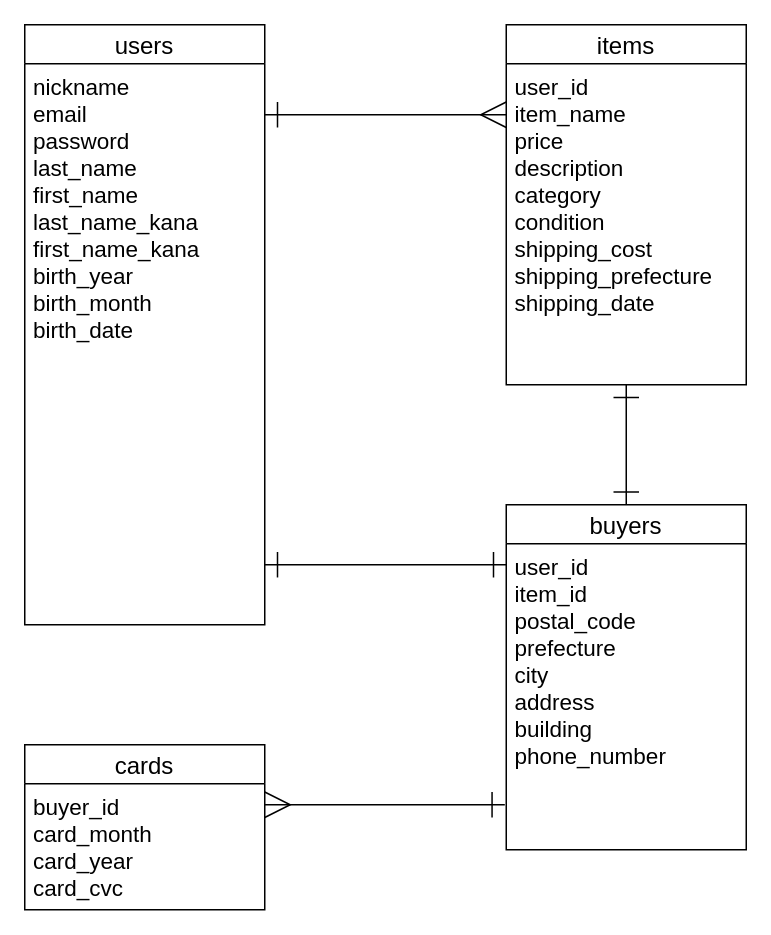
Before: app/furima.dio in Kaz051/furima-35591, a draw.io diagram. Source tidied: cells renumbered, new cells numbered last; positions are measured from the earlier drawing's top-left corner, leaving out a move shared by most shapes. Both pictures are drawn from the tidied source at 150%, with x=0, y=0 at pixel (24, 24).
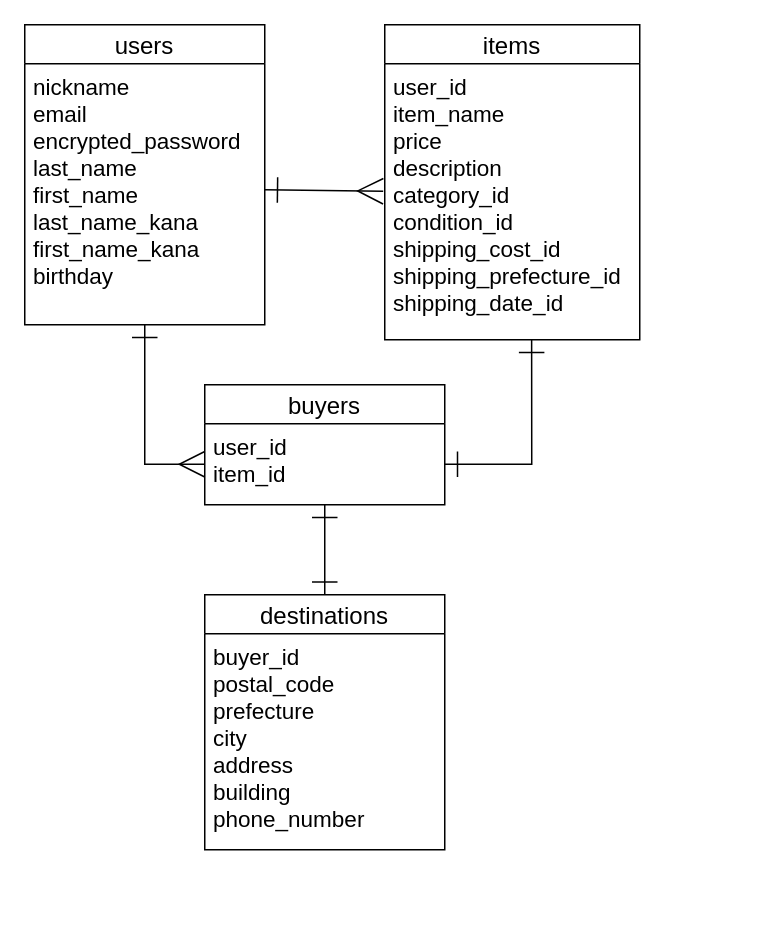
The same diagram, later.

Commit message:
ER図作成修正

Diff of the diagram source:
```diff
@@
 <mxGraphModel>
   <root>
     <mxCell id="0" />
     <mxCell id="1" parent="0" />
     <mxCell id="2" value="users" style="swimlane;fontStyle=0;horizontal=1;startSize=26;align=center;fontSize=16;" parent="1" vertex="1">
-      <mxGeometry width="160" height="400" as="geometry" />
+      <mxGeometry width="160" height="200" as="geometry" />
     </mxCell>
-    <mxCell id="3" value="nickname&#10;email&#10;password&#10;last_name&#10;first_name&#10;last_name_kana&#10;first_name_kana&#10;birth_year&#10;birth_month&#10;birth_date&#10;" style="text;strokeColor=none;fillColor=none;spacingLeft=4;spacingRight=4;overflow=hidden;points=[[0,0.5],[1,0.5]];portConstraint=eastwest;fontSize=15;" parent="2" vertex="1">
-      <mxGeometry y="26" width="160" height="374" as="geometry" />
+    <mxCell id="3" value="nickname&#10;email&#10;encrypted_password&#10;last_name&#10;first_name&#10;last_name_kana&#10;first_name_kana&#10;birthday" style="text;strokeColor=none;fillColor=none;spacingLeft=4;spacingRight=4;overflow=hidden;points=[[0,0.5],[1,0.5]];portConstraint=eastwest;fontSize=15;" parent="2" vertex="1">
+      <mxGeometry y="26" width="160" height="174" as="geometry" />
     </mxCell>
     <mxCell id="4" value="items" style="swimlane;fontStyle=0;horizontal=1;startSize=26;align=center;fontSize=16;" parent="1" vertex="1">
-      <mxGeometry x="321" width="160" height="240" as="geometry" />
+      <mxGeometry x="240" width="170" height="210" as="geometry" />
     </mxCell>
-    <mxCell id="5" value="user_id&#10;item_name&#10;price&#10;description&#10;category&#10;condition&#10;shipping_cost&#10;shipping_prefecture&#10;shipping_date" style="text;strokeColor=none;fillColor=none;spacingLeft=4;spacingRight=4;overflow=hidden;points=[[0,0.5],[1,0.5]];portConstraint=eastwest;fontSize=15;" parent="4" vertex="1">
-      <mxGeometry y="26" width="160" height="214" as="geometry" />
+    <mxCell id="5" value="user_id&#10;item_name&#10;price&#10;description&#10;category_id&#10;condition_id&#10;shipping_cost_id&#10;shipping_prefecture_id&#10;shipping_date_id" style="text;strokeColor=none;fillColor=none;spacingLeft=4;spacingRight=4;overflow=hidden;points=[[0,0.5],[1,0.5]];portConstraint=eastwest;fontSize=15;" parent="4" vertex="1">
+      <mxGeometry y="26" width="170" height="184" as="geometry" />
     </mxCell>
-    <mxCell id="6" style="edgeStyle=orthogonalEdgeStyle;rounded=0;orthogonalLoop=1;jettySize=auto;html=1;fontSize=15;endArrow=ERmany;endFill=0;endSize=15;startSize=15;startArrow=ERone;startFill=0;" parent="1" edge="1">
-      <mxGeometry relative="1" as="geometry">
-        <mxPoint x="160" y="60" as="sourcePoint" />
-        <mxPoint x="321" y="60" as="targetPoint" />
-        <Array as="points">
-          <mxPoint x="160" y="60" />
-          <mxPoint x="321" y="60" />
-        </Array>
-      </mxGeometry>
-    </mxCell>
-    <mxCell id="7" value="cards" style="swimlane;fontStyle=0;horizontal=1;startSize=26;align=center;fontSize=16;" parent="1" vertex="1">
-      <mxGeometry y="480" width="160" height="110" as="geometry" />
+    <mxCell id="7" value="buyers" style="swimlane;fontStyle=0;horizontal=1;startSize=26;align=center;fontSize=16;" parent="1" vertex="1">
+      <mxGeometry x="120" y="240" width="160" height="80" as="geometry" />
     </mxCell>
-    <mxCell id="8" value="buyer_id&#10;card_month&#10;card_year&#10;card_cvc" style="text;strokeColor=none;fillColor=none;spacingLeft=4;spacingRight=4;overflow=hidden;points=[[0,0.5],[1,0.5]];portConstraint=eastwest;fontSize=15;" parent="7" vertex="1">
-      <mxGeometry y="26" width="160" height="84" as="geometry" />
+    <mxCell id="8" value="user_id&#10;item_id" style="text;strokeColor=none;fillColor=none;spacingLeft=4;spacingRight=4;overflow=hidden;points=[[0,0.5],[1,0.5]];portConstraint=eastwest;fontSize=15;" parent="7" vertex="1">
+      <mxGeometry y="26" width="160" height="54" as="geometry" />
     </mxCell>
-    <mxCell id="9" style="edgeStyle=orthogonalEdgeStyle;rounded=0;jettySize=auto;html=1;exitX=0.5;exitY=0;exitDx=0;exitDy=0;entryX=0.5;entryY=1;entryDx=0;entryDy=0;entryPerimeter=0;startArrow=ERone;startFill=0;startSize=15;endArrow=ERone;endFill=0;endSize=15;fontSize=15;" parent="1" edge="1" source="10" target="5">
-      <mxGeometry relative="1" as="geometry" />
-    </mxCell>
+    <mxCell id="14" style="edgeStyle=none;rounded=0;jettySize=auto;html=1;exitX=0.5;exitY=0;exitDx=0;exitDy=0;startArrow=ERone;startFill=0;startSize=15;endArrow=ERone;endFill=0;endSize=15;" parent="1" edge="1" source="10" target="8">
+      <mxGeometry relative="1" as="geometry" />
+    </mxCell>
-    <mxCell id="10" value="buyers" style="swimlane;fontStyle=0;horizontal=1;startSize=26;align=center;fontSize=16;" parent="1" vertex="1">
-      <mxGeometry x="321" y="320" width="160" height="230" as="geometry" />
+    <mxCell id="10" value="destinations" style="swimlane;fontStyle=0;horizontal=1;startSize=26;align=center;fontSize=16;" parent="1" vertex="1">
+      <mxGeometry x="120" y="380" width="160" height="170" as="geometry" />
     </mxCell>
-    <mxCell id="11" value="user_id&#10;item_id&#10;postal_code&#10;prefecture&#10;city&#10;address&#10;building&#10;phone_number" style="text;strokeColor=none;fillColor=none;spacingLeft=4;spacingRight=4;overflow=hidden;points=[[0,0.5],[1,0.5]];portConstraint=eastwest;fontSize=15;" parent="10" vertex="1">
-      <mxGeometry y="26" width="160" height="204" as="geometry" />
+    <mxCell id="11" value="buyer_id &#10;postal_code&#10;prefecture&#10;city&#10;address&#10;building&#10;phone_number" style="text;strokeColor=none;fillColor=none;spacingLeft=4;spacingRight=4;overflow=hidden;points=[[0,0.5],[1,0.5]];portConstraint=eastwest;fontSize=15;" parent="10" vertex="1">
+      <mxGeometry y="26" width="160" height="144" as="geometry" />
     </mxCell>
-    <mxCell id="12" style="edgeStyle=orthogonalEdgeStyle;rounded=0;jettySize=auto;html=1;startArrow=ERone;startFill=0;startSize=15;endArrow=ERone;endFill=0;endSize=15;fontSize=15;entryX=1;entryY=0.893;entryDx=0;entryDy=0;entryPerimeter=0;" parent="1" edge="1" target="3">
-      <mxGeometry relative="1" as="geometry">
-        <mxPoint x="321" y="360" as="sourcePoint" />
-        <Array as="points">
-          <mxPoint x="321" y="360" />
-        </Array>
-      </mxGeometry>
-    </mxCell>
-    <mxCell id="13" style="edgeStyle=orthogonalEdgeStyle;rounded=0;jettySize=auto;html=1;exitX=1;exitY=0.167;exitDx=0;exitDy=0;startArrow=ERmany;startFill=0;startSize=15;endArrow=ERone;endFill=0;endSize=15;fontSize=15;exitPerimeter=0;entryX=-0.006;entryY=0.853;entryDx=0;entryDy=0;entryPerimeter=0;" parent="1" edge="1" source="8" target="11">
-      <mxGeometry relative="1" as="geometry" />
-    </mxCell>
+    <mxCell id="15" style="edgeStyle=none;rounded=0;jettySize=auto;html=1;entryX=-0.006;entryY=0.462;entryDx=0;entryDy=0;entryPerimeter=0;startArrow=ERone;startFill=0;endSize=15;startSize=15;endArrow=ERmany;endFill=0;" parent="1" edge="1" target="5">
+      <mxGeometry relative="1" as="geometry">
+        <mxPoint x="160" y="110" as="sourcePoint" />
+      </mxGeometry>
+    </mxCell>
+    <mxCell id="16" style="edgeStyle=none;rounded=0;jettySize=auto;html=1;exitX=0;exitY=0.5;exitDx=0;exitDy=0;startArrow=ERmany;startFill=0;startSize=15;endArrow=ERone;endFill=0;endSize=15;" parent="1" edge="1" source="8" target="3">
+      <mxGeometry relative="1" as="geometry">
+        <Array as="points">
+          <mxPoint x="80" y="293" />
+        </Array>
+      </mxGeometry>
+    </mxCell>
+    <mxCell id="17" style="edgeStyle=none;rounded=0;jettySize=auto;html=1;exitX=1;exitY=0.5;exitDx=0;exitDy=0;entryX=0.576;entryY=1;entryDx=0;entryDy=0;entryPerimeter=0;startArrow=ERone;startFill=0;startSize=15;endArrow=ERone;endFill=0;endSize=15;" parent="1" edge="1" source="8" target="5">
+      <mxGeometry relative="1" as="geometry">
+        <Array as="points">
+          <mxPoint x="338" y="293" />
+        </Array>
+      </mxGeometry>
+    </mxCell>
   </root>
 </mxGraphModel>
```
